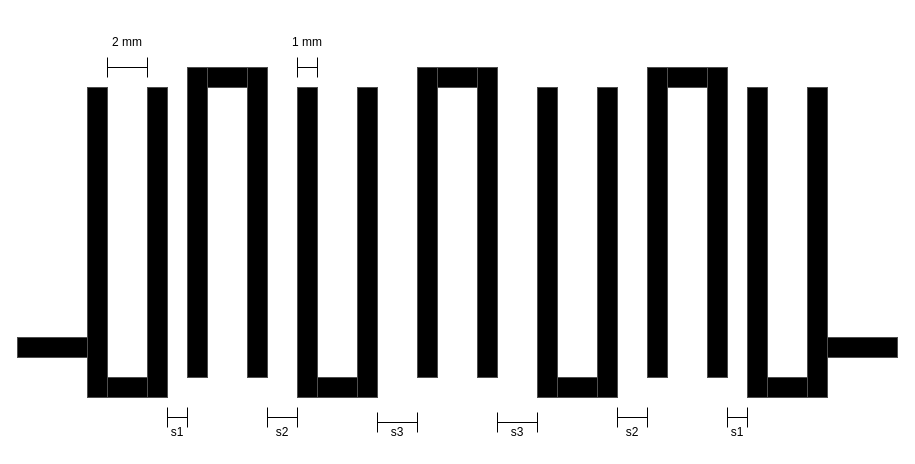
Niclasapdk/esd5_project keeps this draw.io diagram as gitfigures/system_design/rf_front_end/bandpass_filter/hairpin_filter.drawio. Above is the earlier version. Source tidied: cells renumbered, new cells numbered last; positions are measured from the earlier drawing's top-left corner, leaving out a move shared by most shapes. Both pictures are drawn from the tidied source at 100%, with x=0, y=0 at pixel (17, 27).
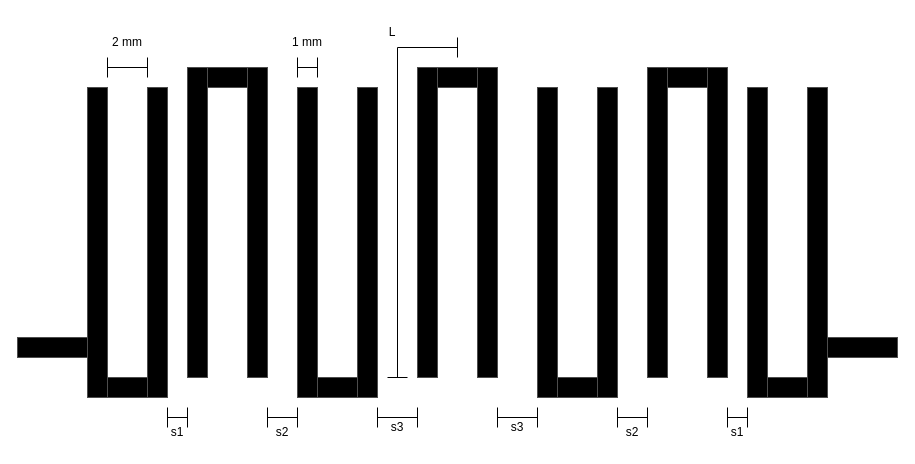
After the change.

The edit, as a diff of the source:
```diff
@@
     <mxCell id="37" style="shape=crossbar;whiteSpace=wrap;html=1;rounded=1;" parent="1" vertex="1">
-      <mxGeometry x="360" y="385" width="40" height="20" as="geometry" />
+      <mxGeometry x="360" y="380" width="40" height="20" as="geometry" />
     </mxCell>
     <mxCell id="38" value="s3" style="text;html=1;align=center;verticalAlign=middle;whiteSpace=wrap;rounded=0;" parent="1" vertex="1">
-      <mxGeometry x="355" y="390" width="50" height="30" as="geometry" />
+      <mxGeometry x="355" y="385" width="50" height="30" as="geometry" />
     </mxCell>
     <mxCell id="39" style="shape=crossbar;whiteSpace=wrap;html=1;rounded=1;" parent="1" vertex="1">
-      <mxGeometry x="480" y="385" width="40" height="20" as="geometry" />
+      <mxGeometry x="480" y="380" width="40" height="20" as="geometry" />
     </mxCell>
     <mxCell id="40" value="s3" style="text;html=1;align=center;verticalAlign=middle;whiteSpace=wrap;rounded=0;" parent="1" vertex="1">
-      <mxGeometry x="475" y="390" width="50" height="30" as="geometry" />
+      <mxGeometry x="475" y="385" width="50" height="30" as="geometry" />
     </mxCell>
+    <mxCell id="41" style="endArrow=none;html=1;rounded=0;" parent="1" edge="1">
+      <mxGeometry relative="1" as="geometry">
+        <mxPoint x="380" y="350" as="sourcePoint" />
+        <mxPoint x="380" y="20" as="targetPoint" />
+      </mxGeometry>
+    </mxCell>
+    <mxCell id="42" style="endArrow=none;html=1;rounded=0;" parent="1" edge="1">
+      <mxGeometry relative="1" as="geometry">
+        <mxPoint x="380" y="20" as="sourcePoint" />
+        <mxPoint x="440" y="20" as="targetPoint" />
+      </mxGeometry>
+    </mxCell>
+    <mxCell id="43" style="endArrow=none;html=1;rounded=0;" parent="1" edge="1">
+      <mxGeometry relative="1" as="geometry">
+        <mxPoint x="440" y="30" as="sourcePoint" />
+        <mxPoint x="440" y="10" as="targetPoint" />
+      </mxGeometry>
+    </mxCell>
+    <mxCell id="44" style="endArrow=none;html=1;rounded=0;" parent="1" edge="1">
+      <mxGeometry relative="1" as="geometry">
+        <mxPoint x="390" y="350" as="sourcePoint" />
+        <mxPoint x="370" y="350" as="targetPoint" />
+      </mxGeometry>
+    </mxCell>
+    <mxCell id="45" value="L" style="text;html=1;align=center;verticalAlign=middle;whiteSpace=wrap;rounded=0;" parent="1" vertex="1">
+      <mxGeometry x="345" y="-10" width="60" height="30" as="geometry" />
+    </mxCell>
```
